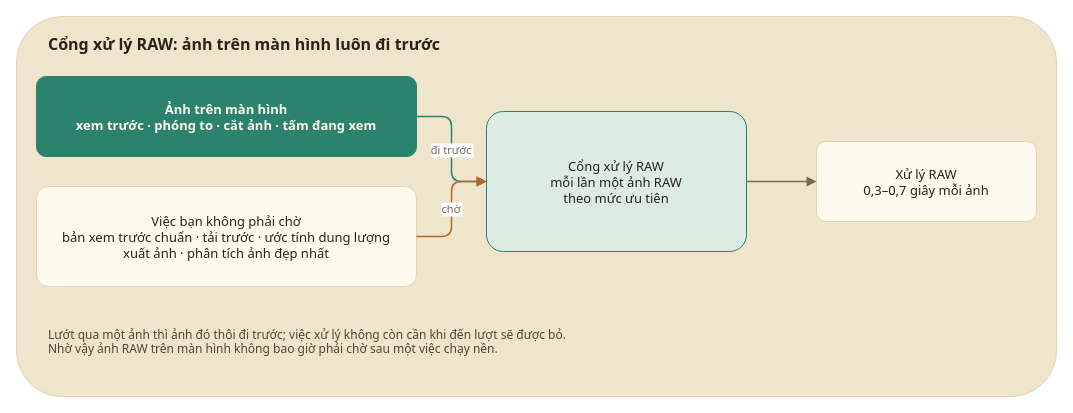
Before: page "VI" (2 of 9) of docs/diagrams/develop-gate.drawio in hoangphi01/fotollection, a draw.io diagram. Source tidied: cells renumbered, new cells numbered last; positions are measured from the earlier drawing's top-left corner, leaving out a move shared by most shapes. Both pictures are drawn from the tidied source at 100%, with x=0, y=0 at pixel (16, 16).
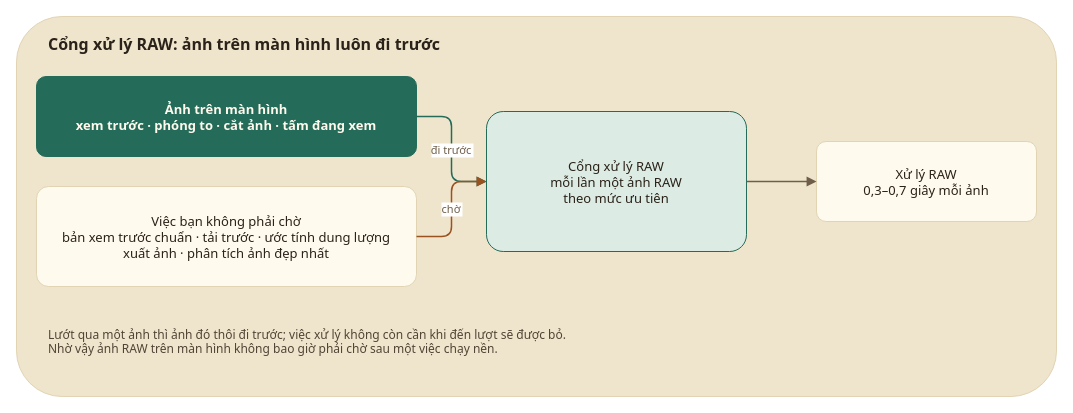
After the change.

What changed in the source:
```diff
@@
 <mxGraphModel>
   <root>
     <mxCell id="0" />
     <mxCell id="1" parent="0" />
     <mxCell id="2" style="rounded=1;arcSize=12;whiteSpace=nowrap;html=0;fillColor=#efe5cc;strokeColor=#e2d4b3;fontColor=#2b2219;fontSize=13;fontFamily=system-ui,-apple-system,Segoe UI,sans-serif;align=center;verticalAlign=middle;spacingLeft=10;spacingRight=10;" parent="1" vertex="1">
       <mxGeometry width="1040" height="380" as="geometry" />
     </mxCell>
     <mxCell id="3" value="Cổng xử lý RAW: ảnh trên màn hình luôn đi trước" style="rounded=1;arcSize=12;whiteSpace=nowrap;html=0;fillColor=none;strokeColor=none;fontColor=#2b2219;fontSize=16;fontFamily=system-ui,-apple-system,Segoe UI,sans-serif;align=left;verticalAlign=middle;spacingLeft=10;spacingRight=10;fontStyle=1;" parent="1" vertex="1">
       <mxGeometry x="20" y="12" width="1000" height="30" as="geometry" />
     </mxCell>
-    <mxCell id="4" value="Ảnh trên màn hình&#10;xem trước · phóng to · cắt ảnh · tấm đang xem" style="rounded=1;arcSize=12;whiteSpace=nowrap;html=0;fillColor=#2c836d;strokeColor=#2c836d;fontColor=#fffaee;fontSize=13;fontFamily=system-ui,-apple-system,Segoe UI,sans-serif;align=center;verticalAlign=middle;spacingLeft=10;spacingRight=10;fontStyle=1;" parent="1" vertex="1">
+    <mxCell id="4" value="Ảnh trên màn hình&#10;xem trước · phóng to · cắt ảnh · tấm đang xem" style="rounded=1;arcSize=12;whiteSpace=nowrap;html=0;fillColor=#246b59;strokeColor=#246b59;fontColor=#fffaee;fontSize=13;fontFamily=system-ui,-apple-system,Segoe UI,sans-serif;align=center;verticalAlign=middle;spacingLeft=10;spacingRight=10;fontStyle=1;" parent="1" vertex="1">
       <mxGeometry x="20" y="60" width="380" height="80" as="geometry" />
     </mxCell>
     <mxCell id="5" value="Việc bạn không phải chờ&#10;bản xem trước chuẩn · tải trước · ước tính dung lượng&#10;xuất ảnh · phân tích ảnh đẹp nhất" style="rounded=1;arcSize=12;whiteSpace=nowrap;html=0;fillColor=#fffaee;strokeColor=#e2d4b3;fontColor=#2b2219;fontSize=13;fontFamily=system-ui,-apple-system,Segoe UI,sans-serif;align=center;verticalAlign=middle;spacingLeft=10;spacingRight=10;" parent="1" vertex="1">
       <mxGeometry x="20" y="170" width="380" height="100" as="geometry" />
     </mxCell>
-    <mxCell id="6" value="Cổng xử lý RAW&#10;mỗi lần một ảnh RAW&#10;theo mức ưu tiên" style="rounded=1;arcSize=12;whiteSpace=nowrap;html=0;fillColor=#dcebe3;strokeColor=#2c836d;fontColor=#2b2219;fontSize=13;fontFamily=system-ui,-apple-system,Segoe UI,sans-serif;align=center;verticalAlign=middle;spacingLeft=10;spacingRight=10;" parent="1" vertex="1">
+    <mxCell id="6" value="Cổng xử lý RAW&#10;mỗi lần một ảnh RAW&#10;theo mức ưu tiên" style="rounded=1;arcSize=12;whiteSpace=nowrap;html=0;fillColor=#dcebe3;strokeColor=#246b59;fontColor=#2b2219;fontSize=13;fontFamily=system-ui,-apple-system,Segoe UI,sans-serif;align=center;verticalAlign=middle;spacingLeft=10;spacingRight=10;" parent="1" vertex="1">
       <mxGeometry x="470" y="95" width="260" height="140" as="geometry" />
     </mxCell>
     <mxCell id="7" value="Xử lý RAW&#10;0,3–0,7 giây mỗi ảnh" style="rounded=1;arcSize=12;whiteSpace=nowrap;html=0;fillColor=#fffaee;strokeColor=#e2d4b3;fontColor=#2b2219;fontSize=13;fontFamily=system-ui,-apple-system,Segoe UI,sans-serif;align=center;verticalAlign=middle;spacingLeft=10;spacingRight=10;" parent="1" vertex="1">
       <mxGeometry x="800" y="125" width="220" height="80" as="geometry" />
     </mxCell>
-    <mxCell id="8" value="đi trước" style="edgeStyle=orthogonalEdgeStyle;rounded=1;html=0;endArrow=block;endFill=1;strokeColor=#2c836d;strokeWidth=1.5;fontColor=#7a6a55;fontSize=11;fontFamily=system-ui,-apple-system,Segoe UI,sans-serif;" parent="1" edge="1" source="4" target="6">
+    <mxCell id="8" value="đi trước" style="edgeStyle=orthogonalEdgeStyle;rounded=1;html=0;endArrow=block;endFill=1;strokeColor=#246b59;strokeWidth=1.5;fontColor=#6e5e4a;fontSize=11;fontFamily=system-ui,-apple-system,Segoe UI,sans-serif;" parent="1" edge="1" source="4" target="6">
       <mxGeometry relative="1" as="geometry" />
     </mxCell>
-    <mxCell id="9" value="chờ" style="edgeStyle=orthogonalEdgeStyle;rounded=1;html=0;endArrow=block;endFill=1;strokeColor=#b5652a;strokeWidth=1.5;fontColor=#7a6a55;fontSize=11;fontFamily=system-ui,-apple-system,Segoe UI,sans-serif;" parent="1" edge="1" source="5" target="6">
+    <mxCell id="9" value="chờ" style="edgeStyle=orthogonalEdgeStyle;rounded=1;html=0;endArrow=block;endFill=1;strokeColor=#9a5220;strokeWidth=1.5;fontColor=#6e5e4a;fontSize=11;fontFamily=system-ui,-apple-system,Segoe UI,sans-serif;" parent="1" edge="1" source="5" target="6">
       <mxGeometry relative="1" as="geometry" />
     </mxCell>
-    <mxCell id="10" style="edgeStyle=orthogonalEdgeStyle;rounded=1;html=0;endArrow=block;endFill=1;strokeColor=#7a6a55;strokeWidth=1.5;fontColor=#7a6a55;fontSize=11;fontFamily=system-ui,-apple-system,Segoe UI,sans-serif;" parent="1" edge="1" source="6" target="7">
+    <mxCell id="10" style="edgeStyle=orthogonalEdgeStyle;rounded=1;html=0;endArrow=block;endFill=1;strokeColor=#6e5e4a;strokeWidth=1.5;fontColor=#6e5e4a;fontSize=11;fontFamily=system-ui,-apple-system,Segoe UI,sans-serif;" parent="1" edge="1" source="6" target="7">
       <mxGeometry relative="1" as="geometry" />
     </mxCell>
     <mxCell id="11" value="Lướt qua một ảnh thì ảnh đó thôi đi trước; việc xử lý không còn cần khi đến lượt sẽ được bỏ.&#10;Nhờ vậy ảnh RAW trên màn hình không bao giờ phải chờ sau một việc chạy nền." style="rounded=1;arcSize=12;whiteSpace=nowrap;html=0;fillColor=none;strokeColor=none;fontColor=#514435;fontSize=12;fontFamily=system-ui,-apple-system,Segoe UI,sans-serif;align=left;verticalAlign=middle;spacingLeft=10;spacingRight=10;" parent="1" vertex="1">
       <mxGeometry x="20" y="290" width="1000" height="70" as="geometry" />
     </mxCell>
   </root>
 </mxGraphModel>
```
